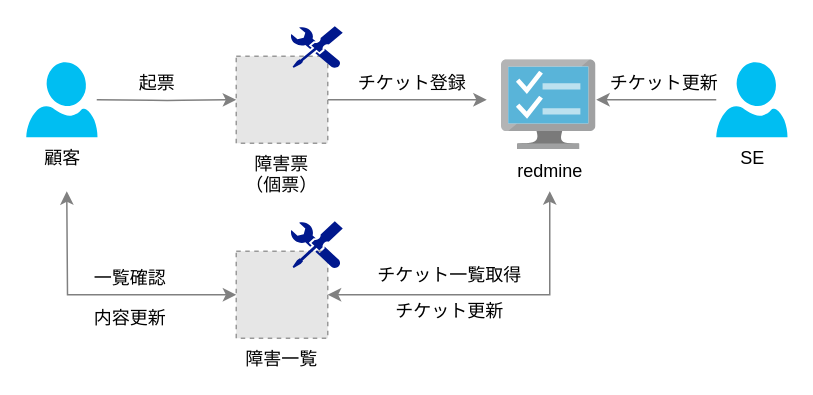
fatherfurther/til keeps this draw.io diagram as tools/名称未設定ファイル.drawio. Above is the earlier version. Source tidied: cells renumbered, new cells numbered last; positions are measured from the earlier drawing's top-left corner, leaving out a move shared by most shapes. Both pictures are drawn from the tidied source at 150%, with x=0, y=0 at pixel (26, 26). Pictures stored in the file or linked from it are replaced by grey dashed boxes.
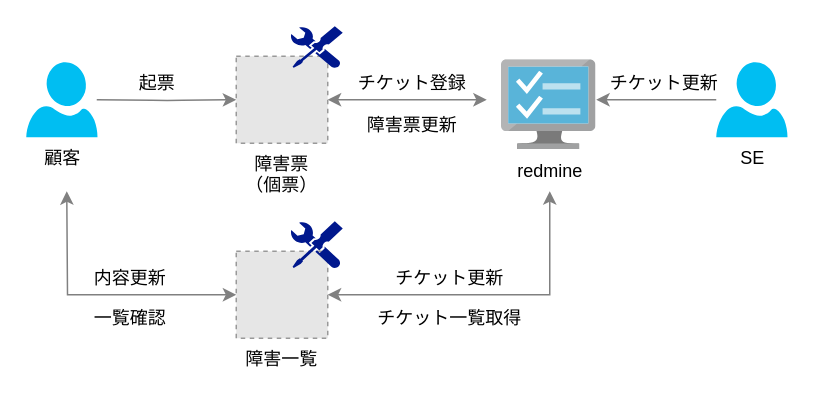
The same diagram, later.

Commit message:
名称未設定ファイル.drawio を更新します

The change refers to these unchanged cells:
```xml
<mxCell id="9" value="障害票&#10;（個票）" style="fillColor=#E6E6E6;strokeColor=#999999;dashed=1;verticalLabelPosition=bottom;labelBackgroundColor=#ffffff;verticalAlign=top;fontFamily=Helvetica;fontSize=12;fontColor=#000000;align=center;" parent="1" vertex="1">
  <mxGeometry x="140" y="20" width="61" height="58" as="geometry" />
</mxCell>
```

Change to the diagram source:
```diff
@@
-    <mxCell id="2" style="edgeStyle=orthogonalEdgeStyle;rounded=0;jettySize=auto;html=1;strokeColor=#808080;" parent="1" edge="1" source="9">
+    <mxCell id="2" style="edgeStyle=orthogonalEdgeStyle;rounded=0;jettySize=auto;html=1;strokeColor=#808080;startArrow=classic;startFill=1;" parent="1" edge="1" source="9">
       <mxGeometry relative="1" as="geometry">
         <mxPoint x="307" y="49" as="targetPoint" />
       </mxGeometry>
     </mxCell>
@@
     <mxCell id="19" value="チケット一覧取得" style="text;html=1;align=center;verticalAlign=middle;" parent="1" vertex="1">
-      <mxGeometry x="227" y="156" width="110" height="20" as="geometry" />
+      <mxGeometry x="227" y="185" width="110" height="20" as="geometry" />
     </mxCell>
     <mxCell id="20" value="チケット更新" style="text;html=1;align=center;verticalAlign=middle;" parent="1" vertex="1">
-      <mxGeometry x="237" y="180" width="90" height="20" as="geometry" />
+      <mxGeometry x="237" y="158" width="90" height="20" as="geometry" />
     </mxCell>
     <mxCell id="21" value="一覧確認" style="text;html=1;align=center;verticalAlign=middle;" parent="1" vertex="1">
-      <mxGeometry x="39" y="158" width="60" height="20" as="geometry" />
+      <mxGeometry x="39" y="185" width="60" height="20" as="geometry" />
     </mxCell>
     <mxCell id="22" value="内容更新" style="text;html=1;align=center;verticalAlign=middle;" parent="1" vertex="1">
-      <mxGeometry x="39" y="185" width="60" height="20" as="geometry" />
+      <mxGeometry x="39" y="158" width="60" height="20" as="geometry" />
     </mxCell>
+    <mxCell id="23" value="障害票更新" style="text;html=1;align=center;verticalAlign=middle;" parent="1" vertex="1">
+      <mxGeometry x="217" y="56" width="80" height="20" as="geometry" />
+    </mxCell>
```
